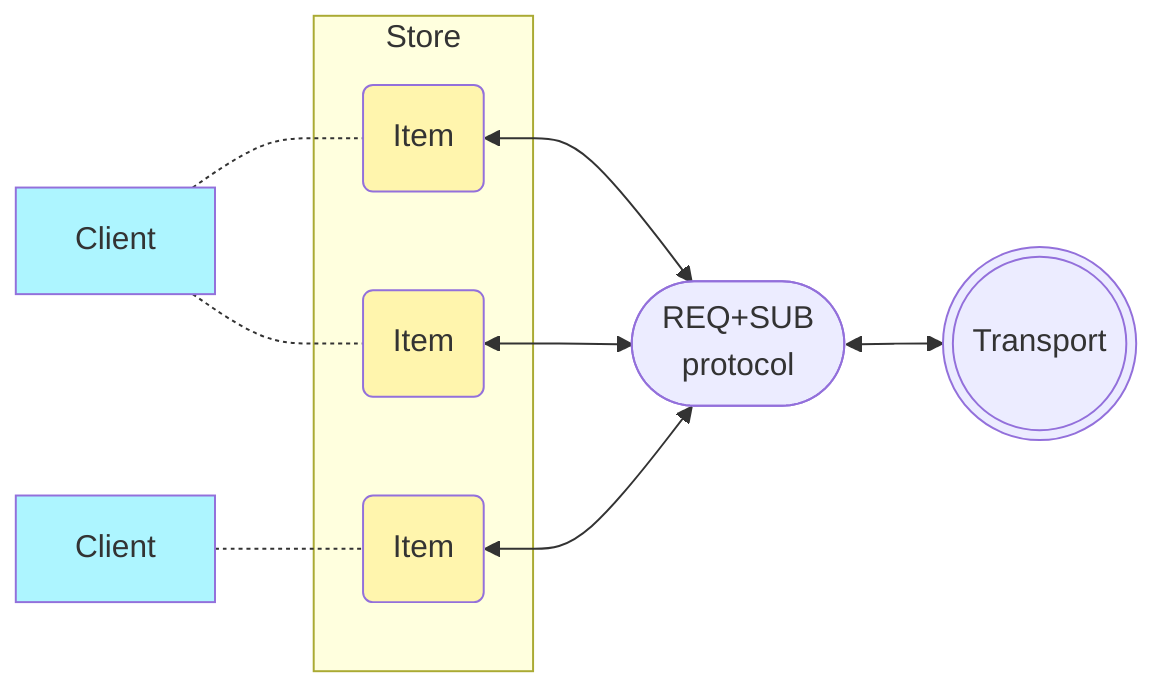
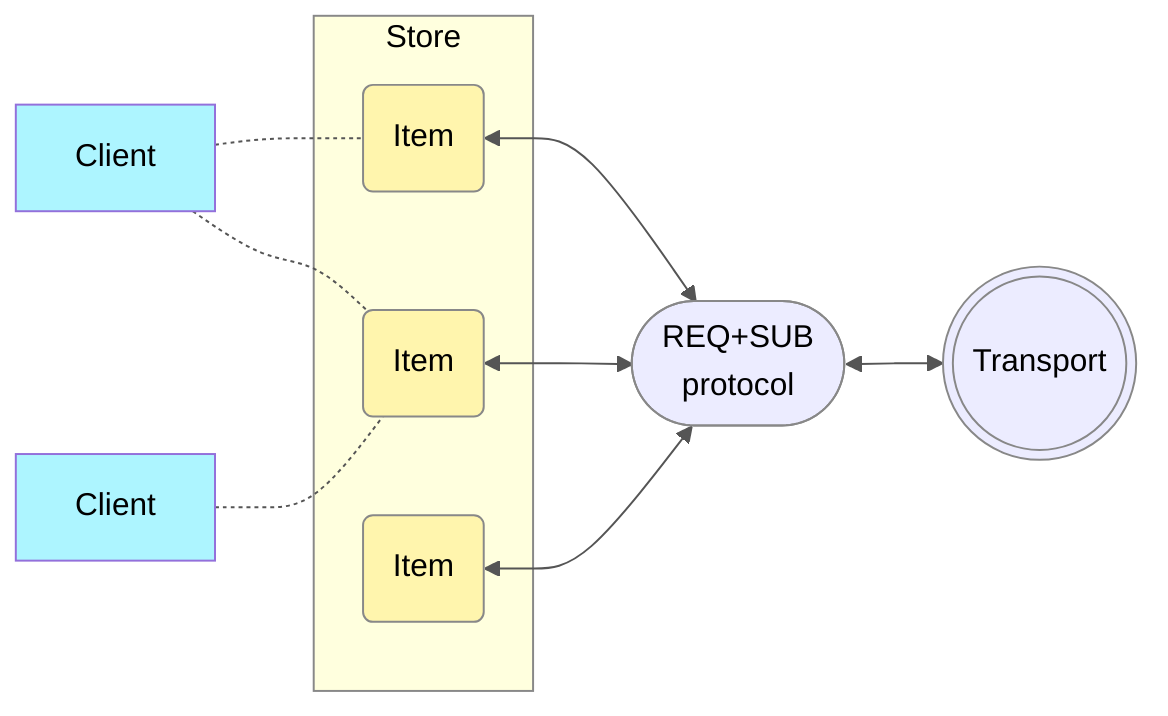
flowchart LR
+ 
+     linkStyle default stroke:#555555
+ 
    Client0[Client] -.- Item0
    Client0 -.- Item1
-     Client2[Client] -.- Item2
-     style Client0 fill:#adf5ff
-     style Client2 fill:#adf5ff
-     subgraph store [Store]
+     Client1[Client] -.- Item1
+ 
+     subgraph Store0 [Store]
    Item0(Item)
    Item1(Item)
    Item2(Item)
    end
-     style Item0 fill:#fff5ad
-     style Item1 fill:#fff5ad
-     style Item2 fill:#fff5ad
+ 
    Item0 <--> Proto0([REQ+SUB<br>protocol])
    Item1 <--> Proto0
    Item2 <--> Proto0
    Proto0 <--> ZMQ0(((Transport)))
+ 
+     style Client0 fill:#adf5ff,color:black
+     style Client1 fill:#adf5ff,color:black
+     style Item0 fill:#fff5ad,color:black,stroke:#888888
+     style Item1 fill:#fff5ad,color:black,stroke:#888888
+     style Item2 fill:#fff5ad,color:black,stroke:#888888
+     style Proto0 fill:#ececff,color:black,stroke:#888888
+     style Store0 fill:#ffffde,color:black,stroke:#888888
+     style ZMQ0 fill:#ececff,color:black,stroke:#888888
